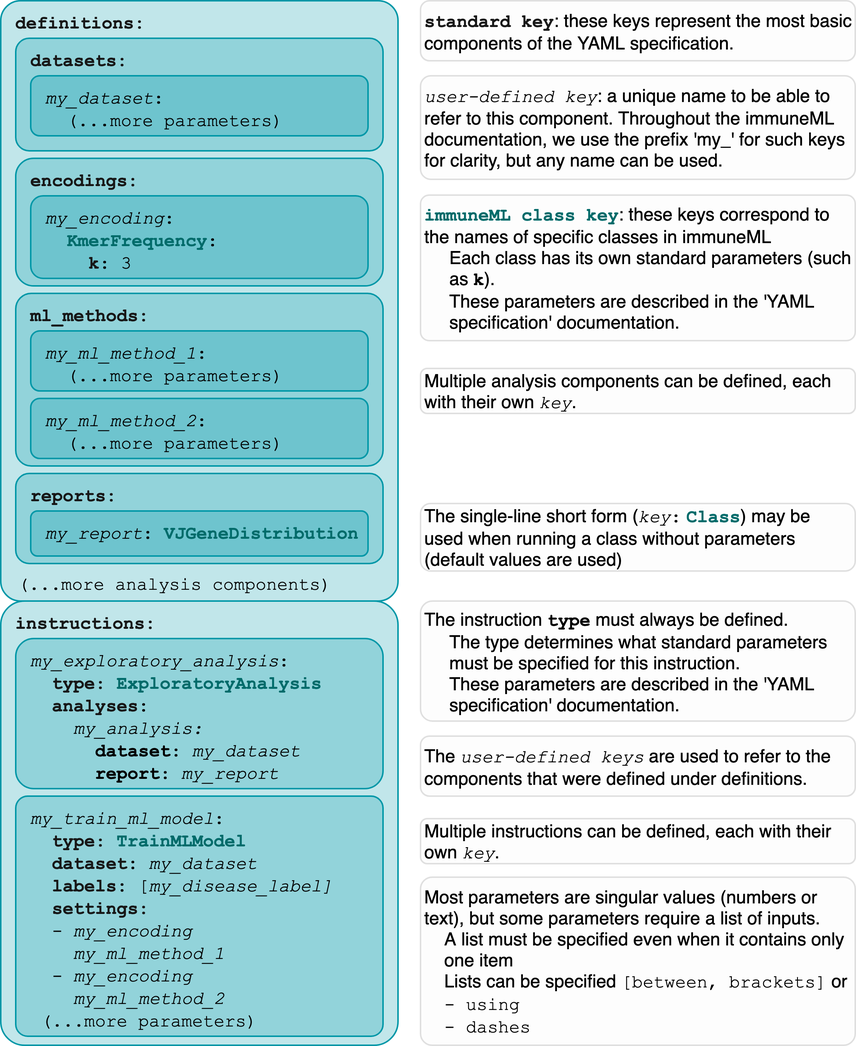
The draw.io diagram docs/source/_static/images/yaml_structure.png in uio-bmi/immuneML, before a commit. Source tidied: cells renumbered, new cells last; positions are measured from the earlier drawing's top-left corner, leaving out a move shared by most shapes.
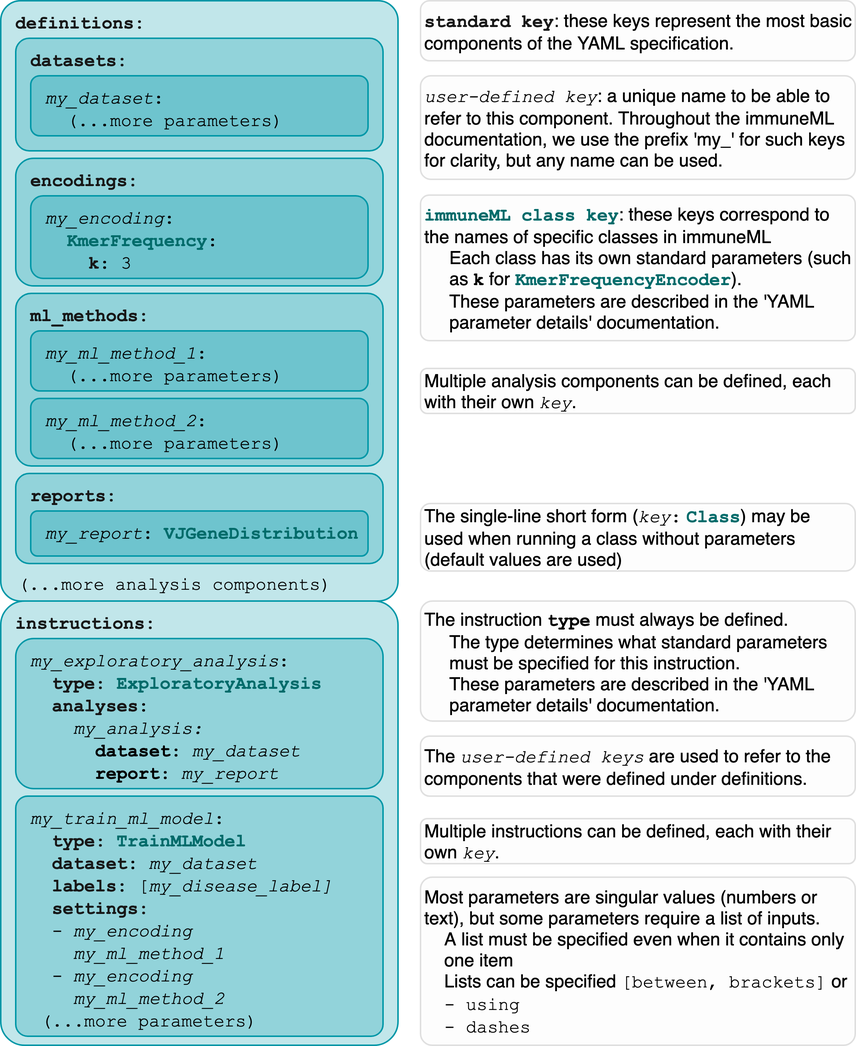
After the change.

Commit message:
minor updates in YAML structure figure

Diff of the diagram source:
```diff
@@ -56,7 +56,7 @@
     <mxCell id="19" value="&lt;font face=&quot;Courier New&quot; style=&quot;color: rgb(0 , 0 , 0)&quot;&gt;&lt;i&gt;user-defined key&lt;/i&gt;&lt;/font&gt;&lt;span style=&quot;color: rgb(0 , 0 , 0)&quot;&gt;: a unique name to be able to refer to this component. Throughout the immuneML documentation, we use the prefix 'my_' for such keys for clarity, but any name can be used.&amp;nbsp;&lt;/span&gt;" style="rounded=1;whiteSpace=wrap;html=1;strokeColor=#666666;fillColor=#f5f5f5;align=left;fontColor=#333333;opacity=20;arcSize=10;" parent="1" vertex="1">
       <mxGeometry x="280" y="50" width="290" height="69" as="geometry" />
     </mxCell>
-    <mxCell id="20" value="&lt;b style=&quot;color: rgb(0 , 0 , 0)&quot;&gt;&lt;font color=&quot;#006b6a&quot; face=&quot;Courier New&quot;&gt;immuneML class key&lt;/font&gt;&lt;/b&gt;&lt;span style=&quot;color: rgb(0 , 0 , 0)&quot;&gt;: these keys correspond to the names of specific classes in immuneML&lt;br&gt;&lt;/span&gt;&lt;span style=&quot;color: rgb(0 , 0 , 0)&quot;&gt;&amp;nbsp; &amp;nbsp; &amp;nbsp;Each class has its own standard parameters (such &lt;br&gt;&amp;nbsp; &amp;nbsp; &amp;nbsp;as&amp;nbsp;&lt;/span&gt;&lt;font face=&quot;Courier New&quot; style=&quot;color: rgb(0 , 0 , 0)&quot;&gt;&lt;b&gt;k&lt;/b&gt;&lt;/font&gt;&lt;span style=&quot;color: rgb(0 , 0 , 0)&quot;&gt;).&amp;nbsp;&lt;/span&gt;&lt;br style=&quot;color: rgb(0 , 0 , 0)&quot;&gt;&lt;span style=&quot;color: rgb(0 , 0 , 0)&quot;&gt;&amp;nbsp; &amp;nbsp; &amp;nbsp;These parameters are described in the 'YAML &lt;br&gt;&amp;nbsp; &amp;nbsp; &amp;nbsp;specification' documentation.&lt;/span&gt;&lt;span style=&quot;color: rgb(0 , 0 , 0)&quot;&gt;&lt;br&gt;&lt;/span&gt;" style="rounded=1;whiteSpace=wrap;html=1;strokeColor=#666666;fillColor=#f5f5f5;align=left;fontColor=#333333;opacity=20;arcSize=6;" parent="1" vertex="1">
+    <mxCell id="20" value="&lt;b style=&quot;color: rgb(0 , 0 , 0)&quot;&gt;&lt;font color=&quot;#006b6a&quot; face=&quot;Courier New&quot;&gt;immuneML class key&lt;/font&gt;&lt;/b&gt;&lt;span style=&quot;color: rgb(0 , 0 , 0)&quot;&gt;: these keys correspond to the names of specific classes in immuneML&lt;br&gt;&lt;/span&gt;&lt;span style=&quot;color: rgb(0 , 0 , 0)&quot;&gt;&amp;nbsp; &amp;nbsp; &amp;nbsp;Each class has its own standard parameters (such &lt;br&gt;&amp;nbsp; &amp;nbsp; &amp;nbsp;as&amp;nbsp;&lt;/span&gt;&lt;font face=&quot;Courier New&quot; style=&quot;color: rgb(0 , 0 , 0)&quot;&gt;&lt;b&gt;k&lt;/b&gt;&lt;/font&gt;&lt;span style=&quot;color: rgb(0 , 0 , 0)&quot;&gt;&amp;nbsp;for&amp;nbsp;&lt;/span&gt;&lt;b style=&quot;color: rgb(0 , 0 , 0)&quot;&gt;&lt;font color=&quot;#006b6a&quot; face=&quot;Courier New&quot;&gt;KmerFrequencyEncoder&lt;/font&gt;&lt;/b&gt;&lt;span style=&quot;color: rgb(0 , 0 , 0)&quot;&gt;).&amp;nbsp;&lt;/span&gt;&lt;br style=&quot;color: rgb(0 , 0 , 0)&quot;&gt;&lt;span style=&quot;color: rgb(0 , 0 , 0)&quot;&gt;&amp;nbsp; &amp;nbsp; &amp;nbsp;These parameters are described in the 'YAML &lt;br&gt;&amp;nbsp; &amp;nbsp; &amp;nbsp;parameter details' documentation.&lt;/span&gt;&lt;span style=&quot;color: rgb(0 , 0 , 0)&quot;&gt;&lt;br&gt;&lt;/span&gt;" style="rounded=1;whiteSpace=wrap;html=1;strokeColor=#666666;fillColor=#f5f5f5;align=left;fontColor=#333333;opacity=20;arcSize=6;" parent="1" vertex="1">
       <mxGeometry x="280" y="129.5" width="290" height="97" as="geometry" />
     </mxCell>
     <mxCell id="21" value="&lt;span style=&quot;color: rgb(0 , 0 , 0)&quot;&gt;Multiple analysis components can be defined, each with their own &lt;/span&gt;&lt;i style=&quot;color: rgb(0 , 0 , 0) ; font-family: &amp;#34;courier new&amp;#34;&quot;&gt;key&lt;/i&gt;&lt;span style=&quot;color: rgb(0 , 0 , 0)&quot;&gt;.&amp;nbsp;&lt;/span&gt;&lt;span style=&quot;color: rgb(0 , 0 , 0)&quot;&gt;&lt;br&gt;&lt;/span&gt;" style="rounded=1;whiteSpace=wrap;html=1;strokeColor=#666666;fillColor=#f5f5f5;align=left;fontColor=#333333;opacity=20;" parent="1" vertex="1">
@@ -65,7 +65,7 @@
     <mxCell id="22" value="&lt;span style=&quot;color: rgb(0 , 0 , 0)&quot;&gt;The single-line short form (&lt;/span&gt;&lt;i style=&quot;color: rgb(0 , 0 , 0) ; font-family: &amp;#34;courier new&amp;#34;&quot;&gt;key&lt;/i&gt;&lt;span style=&quot;color: rgb(0 , 0 , 0) ; font-family: &amp;#34;courier new&amp;#34;&quot;&gt;:&lt;/span&gt;&lt;span style=&quot;color: rgb(0 , 0 , 0)&quot;&gt;&amp;nbsp;&lt;/span&gt;&lt;b style=&quot;color: rgb(0 , 0 , 0)&quot;&gt;&lt;font color=&quot;#006b6a&quot; face=&quot;Courier New&quot;&gt;Class&lt;/font&gt;&lt;/b&gt;&lt;span style=&quot;color: rgb(0 , 0 , 0)&quot;&gt;) may be used when running a class without parameters (default values are used)&lt;/span&gt;" style="rounded=1;whiteSpace=wrap;html=1;strokeColor=#666666;fillColor=#f5f5f5;align=left;fontColor=#333333;opacity=20;" parent="1" vertex="1">
       <mxGeometry x="280" y="335" width="290" height="45" as="geometry" />
     </mxCell>
-    <mxCell id="23" value="&lt;span style=&quot;color: rgb(0 , 0 , 0) ; white-space: nowrap&quot;&gt;The instruction&amp;nbsp;&lt;/span&gt;&lt;b style=&quot;color: rgb(0 , 0 , 0) ; white-space: nowrap&quot;&gt;&lt;font face=&quot;Courier New&quot;&gt;type&lt;/font&gt;&lt;/b&gt;&lt;span style=&quot;color: rgb(0 , 0 , 0) ; white-space: nowrap&quot;&gt;&amp;nbsp;must always be defined.&lt;br&gt;&lt;/span&gt;&lt;span style=&quot;color: rgb(0 , 0 , 0)&quot;&gt;&amp;nbsp; &amp;nbsp; &amp;nbsp;&lt;/span&gt;&lt;span style=&quot;color: rgb(0 , 0 , 0)&quot;&gt;The type determines what standard parameters&lt;br&gt;&amp;nbsp; &amp;nbsp; &amp;nbsp;must be specified for this instruction.&lt;/span&gt;&lt;br style=&quot;color: rgb(0 , 0 , 0)&quot;&gt;&lt;span style=&quot;color: rgb(0 , 0 , 0)&quot;&gt;&amp;nbsp; &amp;nbsp; &amp;nbsp;These parameters are described in the 'YAML &lt;br&gt;&amp;nbsp; &amp;nbsp; &amp;nbsp;specification' documentation.&lt;/span&gt;&lt;span style=&quot;color: rgb(0 , 0 , 0)&quot;&gt;&lt;br&gt;&lt;/span&gt;" style="rounded=1;whiteSpace=wrap;html=1;strokeColor=#666666;fillColor=#f5f5f5;align=left;fontColor=#333333;opacity=20;arcSize=10;" parent="1" vertex="1">
+    <mxCell id="23" value="&lt;span style=&quot;color: rgb(0 , 0 , 0) ; white-space: nowrap&quot;&gt;The instruction&amp;nbsp;&lt;/span&gt;&lt;b style=&quot;color: rgb(0 , 0 , 0) ; white-space: nowrap&quot;&gt;&lt;font face=&quot;Courier New&quot;&gt;type&lt;/font&gt;&lt;/b&gt;&lt;span style=&quot;color: rgb(0 , 0 , 0) ; white-space: nowrap&quot;&gt;&amp;nbsp;must always be defined.&lt;br&gt;&lt;/span&gt;&lt;span style=&quot;color: rgb(0 , 0 , 0)&quot;&gt;&amp;nbsp; &amp;nbsp; &amp;nbsp;&lt;/span&gt;&lt;span style=&quot;color: rgb(0 , 0 , 0)&quot;&gt;The type determines what standard parameters&lt;br&gt;&amp;nbsp; &amp;nbsp; &amp;nbsp;must be specified for this instruction.&lt;/span&gt;&lt;br style=&quot;color: rgb(0 , 0 , 0)&quot;&gt;&lt;span style=&quot;color: rgb(0 , 0 , 0)&quot;&gt;&amp;nbsp; &amp;nbsp; &amp;nbsp;These parameters are described in the 'YAML &lt;br&gt;&amp;nbsp; &amp;nbsp; &amp;nbsp;parameter details' documentation.&lt;/span&gt;&lt;span style=&quot;color: rgb(0 , 0 , 0)&quot;&gt;&lt;br&gt;&lt;/span&gt;" style="rounded=1;whiteSpace=wrap;html=1;strokeColor=#666666;fillColor=#f5f5f5;align=left;fontColor=#333333;opacity=20;arcSize=10;" parent="1" vertex="1">
       <mxGeometry x="280" y="400" width="290" height="80" as="geometry" />
     </mxCell>
     <mxCell id="24" value="&lt;span style=&quot;color: rgb(0 , 0 , 0)&quot;&gt;The&amp;nbsp;&lt;/span&gt;&lt;font face=&quot;Courier New&quot; style=&quot;color: rgb(0 , 0 , 0)&quot;&gt;&lt;i&gt;user-defined keys&lt;/i&gt;&lt;/font&gt;&lt;span style=&quot;color: rgb(0 , 0 , 0)&quot;&gt;&amp;nbsp;are used to refer to the components that were defined under definitions.&amp;nbsp;&lt;/span&gt;" style="rounded=1;whiteSpace=wrap;html=1;strokeColor=#666666;fillColor=#f5f5f5;align=left;fontColor=#333333;opacity=20;" parent="1" vertex="1">
```
